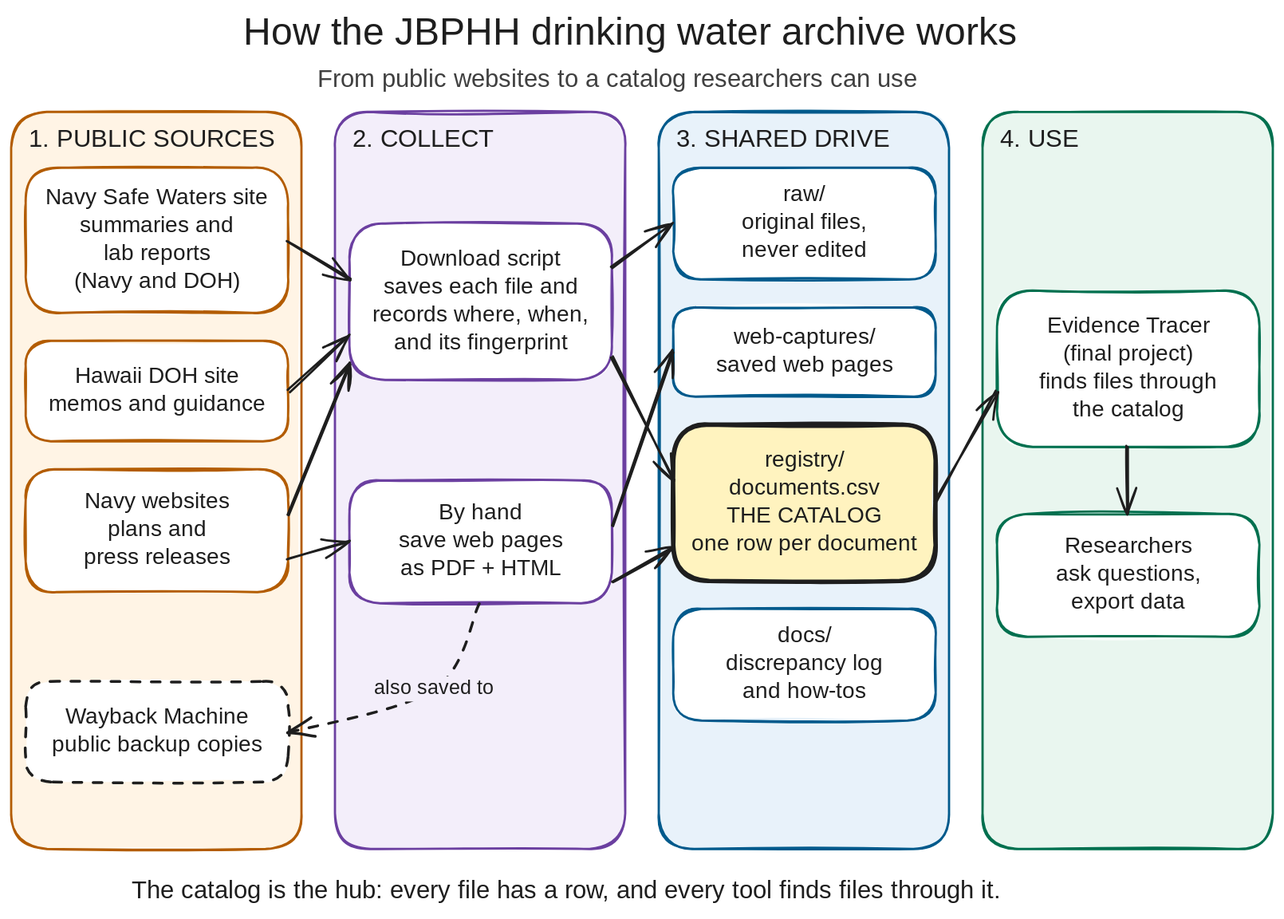
Above: docs/diagrams/svgs/archive-big-picture.excalidraw.svg in alemarieceria/jbphh-dw-archive-pipeline (Excalidraw), before the change. Source tidied: one line per element, renumbered; positions are measured from the earlier drawing's top-left corner, leaving out a move shared by most shapes.
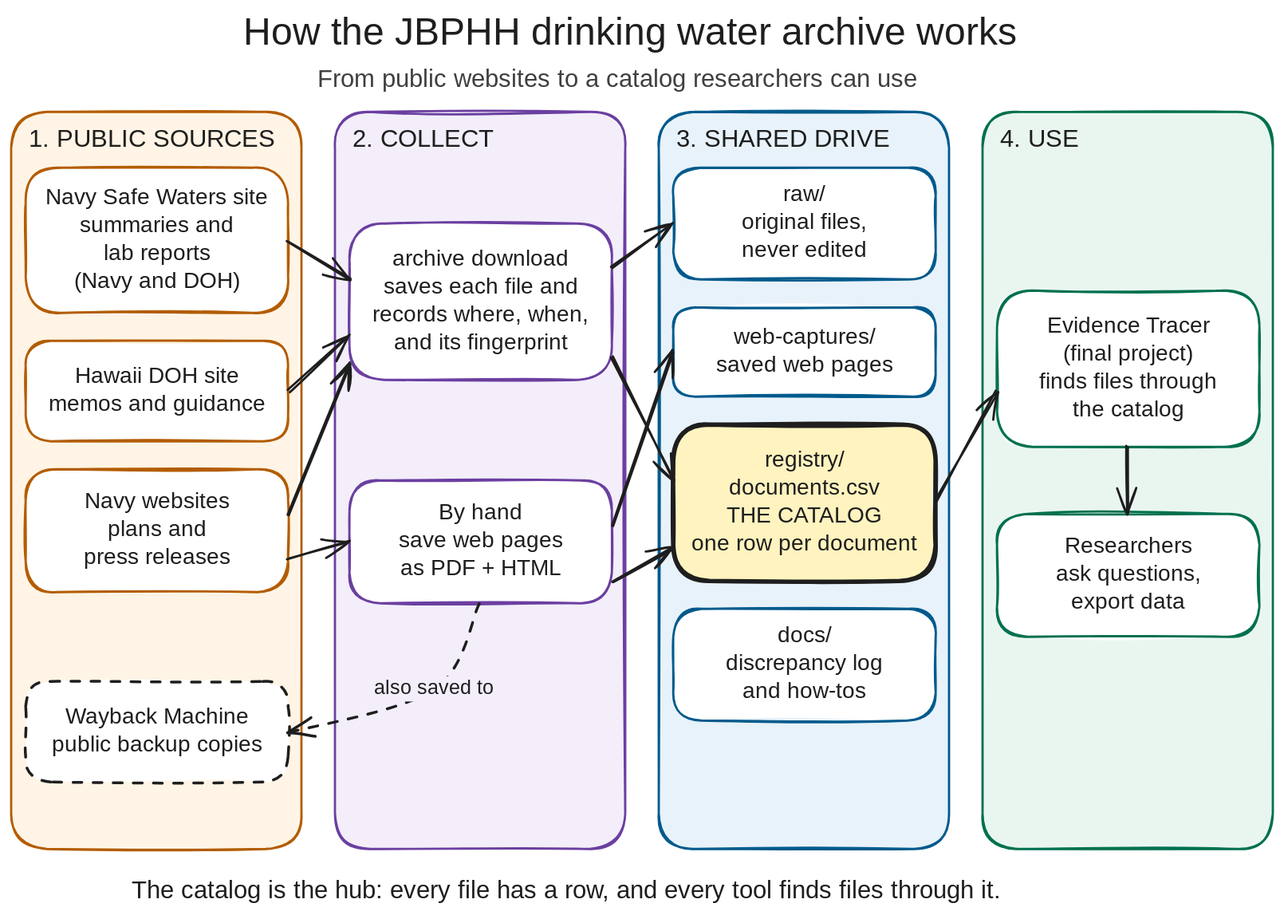
Above is the later version.

Commit message:
docs: correct the listing check captions and mark archive-pipeline as planned

What changed in the source:
```diff
@@ -13,7 +13,7 @@
 {"id": 12, "type": "rectangle", "strokeColor": "#6b3fa0", "backgroundColor": "#f3eefa", "fillStyle": "solid", "strokeWidth": 2, "roughness": 1, "round": true, "x": 290, "y": 90, "width": 260, "height": 660}
 {"id": 13, "type": "text", "text": "2. COLLECT", "strokeColor": "#1e1e1e", "strokeWidth": 2, "roughness": 1, "fontSize": 22, "fontFamily": 5, "x": 306, "y": 102, "width": 121, "height": 28}
 {"id": 14, "type": "rectangle", "strokeColor": "#6b3fa0", "backgroundColor": "#ffffff", "fillStyle": "solid", "strokeWidth": 2, "roughness": 1, "round": true, "x": 303, "y": 190, "width": 235, "height": 140}
-{"id": 15, "type": "text", "text": "Download script\nsaves each file and\nrecords where, when,\nand its fingerprint", "strokeColor": "#1e1e1e", "strokeWidth": 2, "roughness": 1, "fontSize": 20, "fontFamily": 5, "textAlign": "center", "verticalAlign": "middle", "inside": 14, "x": 310, "y": 210, "width": 220, "height": 100}
+{"id": 15, "type": "text", "text": "archive download\nsaves each file and\nrecords where, when,\nand its fingerprint", "strokeColor": "#1e1e1e", "strokeWidth": 2, "roughness": 1, "fontSize": 20, "fontFamily": 5, "textAlign": "center", "verticalAlign": "middle", "inside": 14, "x": 310, "y": 210, "width": 220, "height": 100}
 {"id": 16, "type": "arrow", "strokeColor": "#1e1e1e", "strokeWidth": 2, "roughness": 1, "endArrowhead": "arrow", "round": true, "x": 248, "y": 205, "width": 55, "height": 35, "points": [[0, 0], [55, 35]]}
 {"id": 17, "type": "arrow", "strokeColor": "#1e1e1e", "strokeWidth": 2, "roughness": 1, "endArrowhead": "arrow", "round": true, "x": 248, "y": 340, "width": 55, "height": 50, "points": [[0, 0], [55, -50]]}
 {"id": 18, "type": "arrow", "strokeColor": "#1e1e1e", "strokeWidth": 2, "roughness": 1, "endArrowhead": "arrow", "round": true, "x": 248, "y": 450, "width": 55, "height": 135, "points": [[0, 0], [55, -135]]}
```
